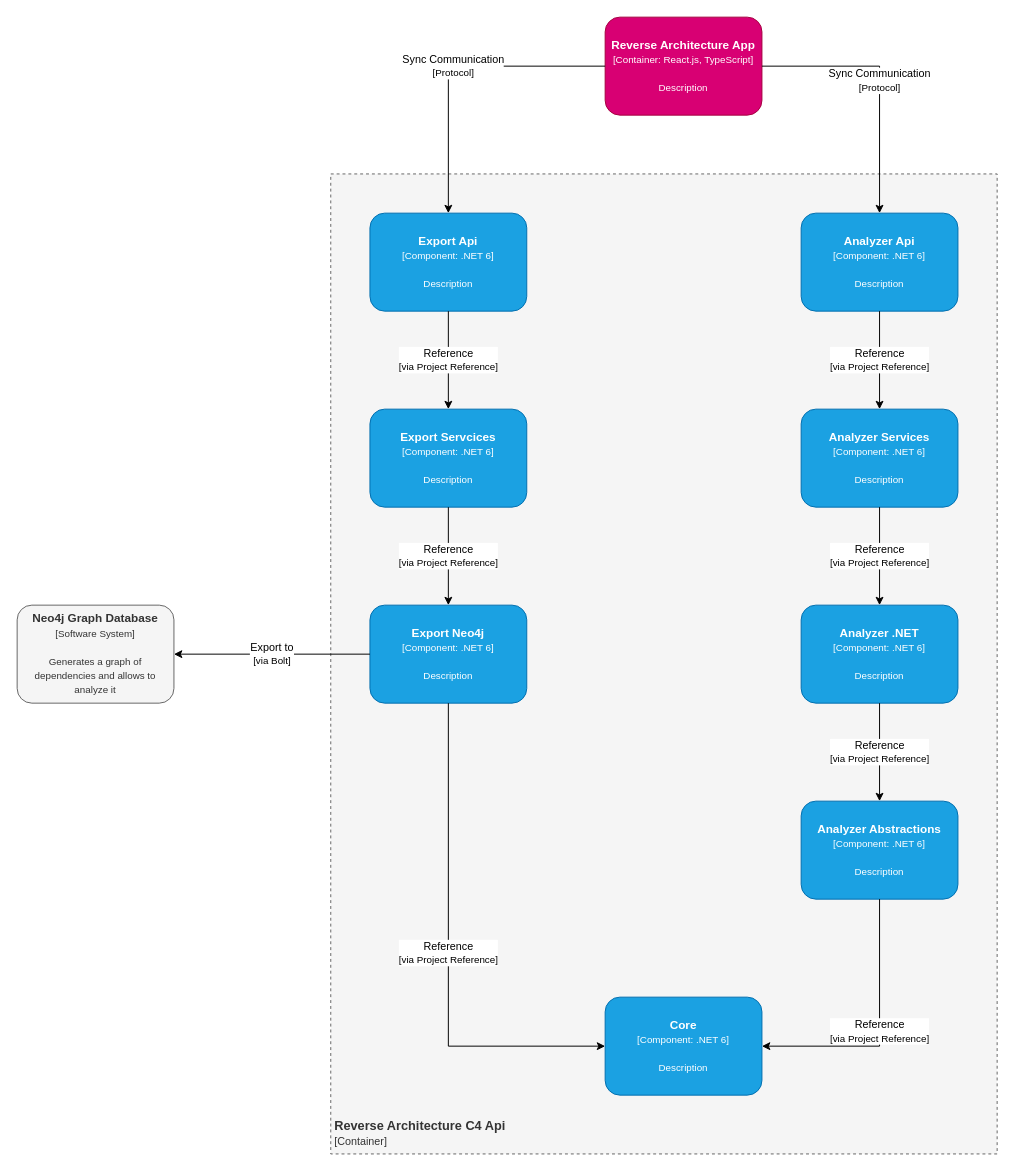
Before: page "component" (3 of 4) of docs/architecture.drawio in JustMeGaaRa/reverse-architecture, a draw.io diagram. Source tidied: cells renumbered, new cells numbered last; positions are measured from the earlier drawing's top-left corner, leaving out a move shared by most shapes. Both pictures are drawn from the tidied source at 98%, with x=0, y=0 at pixel (17, 17).
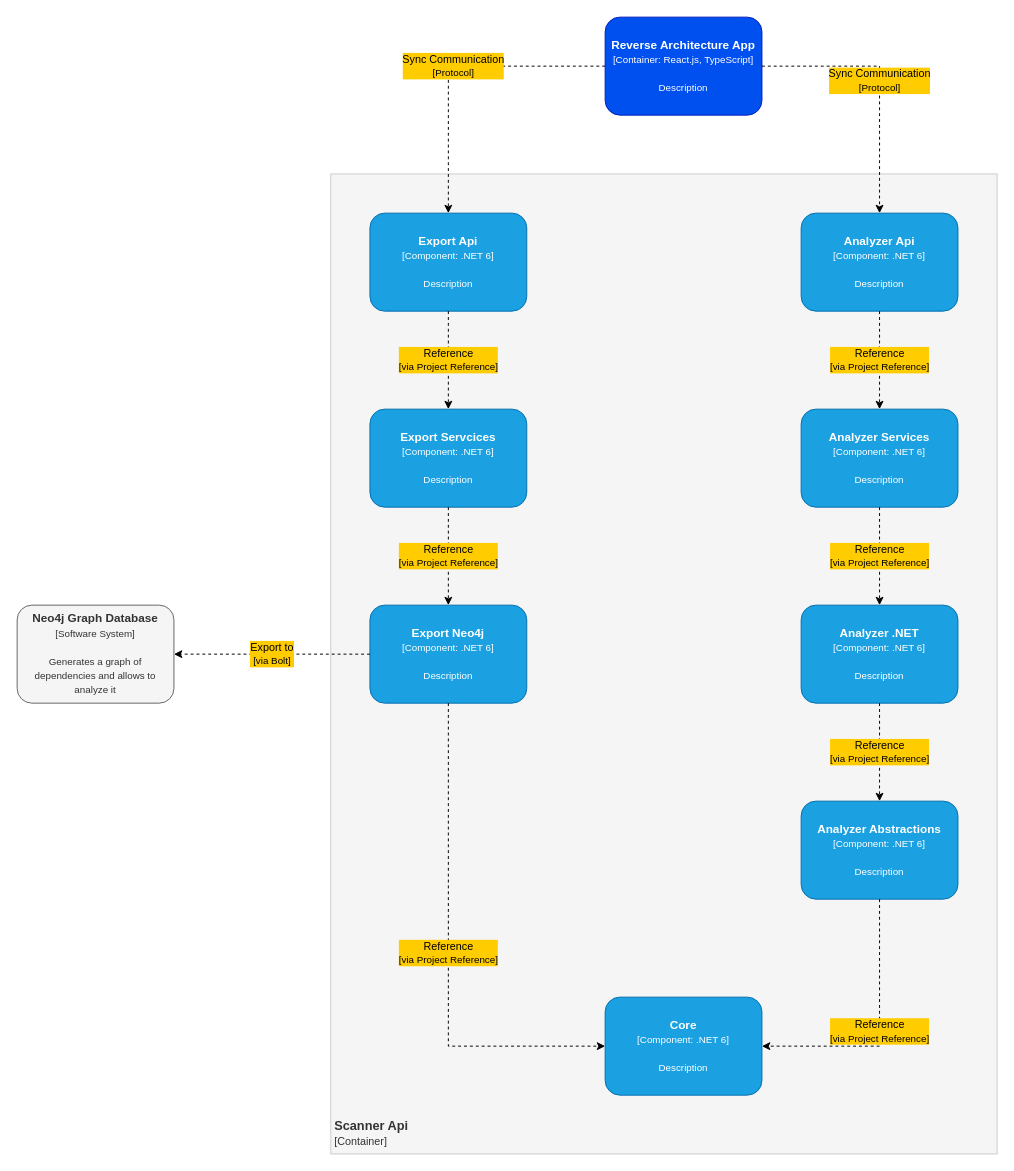
The same page after the edit.

Unchanged cells that the change refers to:
```xml
<mxCell id="3" value="&lt;b&gt;Core&lt;br&gt;&lt;/b&gt;&lt;font style=&quot;font-size: 10px&quot;&gt;[Component: .NET 6]&lt;br&gt;&lt;br&gt;Description&lt;/font&gt;" style="rounded=1;whiteSpace=wrap;html=1;fillColor=#1ba1e2;strokeColor=#006EAF;fontColor=#ffffff;align=center;comic=0;" parent="1" vertex="1">
  <mxGeometry x="600" y="1000" width="160" height="100" as="geometry" />
</mxCell>
<mxCell id="5" value="&lt;b&gt;Analyzer .NET&lt;br&gt;&lt;/b&gt;&lt;font style=&quot;font-size: 10px&quot;&gt;[Component: .NET 6]&lt;br&gt;&lt;br&gt;Description&lt;/font&gt;" style="rounded=1;whiteSpace=wrap;html=1;fillColor=#1ba1e2;strokeColor=#006EAF;fontColor=#ffffff;align=center;comic=0;" parent="1" vertex="1">
  <mxGeometry x="800" y="600" width="160" height="100" as="geometry" />
</mxCell>
<mxCell id="6" value="&lt;b&gt;Analyzer Abstractions&lt;br&gt;&lt;/b&gt;&lt;font style=&quot;font-size: 10px&quot;&gt;[Component: .NET 6]&lt;br&gt;&lt;br&gt;Description&lt;/font&gt;" style="rounded=1;whiteSpace=wrap;html=1;fillColor=#1ba1e2;strokeColor=#006EAF;fontColor=#ffffff;align=center;comic=0;" parent="1" vertex="1">
  <mxGeometry x="800" y="800" width="160" height="100" as="geometry" />
</mxCell>
<mxCell id="7" value="&lt;b&gt;Export Neo4j&lt;br&gt;&lt;/b&gt;&lt;font style=&quot;font-size: 10px&quot;&gt;[Component: .NET 6]&lt;br&gt;&lt;br&gt;Description&lt;/font&gt;" style="rounded=1;whiteSpace=wrap;html=1;fillColor=#1ba1e2;strokeColor=#006EAF;fontColor=#ffffff;align=center;comic=0;" parent="1" vertex="1">
  <mxGeometry x="360" y="600" width="160" height="100" as="geometry" />
</mxCell>
<mxCell id="11" value="&lt;b&gt;Analyzer Api&lt;br&gt;&lt;/b&gt;&lt;font style=&quot;font-size: 10px&quot;&gt;[Component: .NET 6]&lt;br&gt;&lt;br&gt;Description&lt;/font&gt;" style="rounded=1;whiteSpace=wrap;html=1;fillColor=#1ba1e2;strokeColor=#006EAF;fontColor=#ffffff;align=center;comic=0;" parent="1" vertex="1">
  <mxGeometry x="800" y="200" width="160" height="100" as="geometry" />
</mxCell>
<mxCell id="12" value="&lt;b&gt;Export Api&lt;br&gt;&lt;/b&gt;&lt;font style=&quot;font-size: 10px&quot;&gt;[Component: .NET 6]&lt;br&gt;&lt;br&gt;Description&lt;/font&gt;" style="rounded=1;whiteSpace=wrap;html=1;fillColor=#1ba1e2;strokeColor=#006EAF;fontColor=#ffffff;align=center;comic=0;" parent="1" vertex="1">
  <mxGeometry x="360" y="200" width="160" height="100" as="geometry" />
</mxCell>
<mxCell id="14" value="&lt;b&gt;Neo4j Graph Database&lt;/b&gt;&lt;br&gt;&lt;font style=&quot;font-size: 10px&quot;&gt;[Software System]&lt;br&gt;&lt;br&gt;Generates a graph of dependencies and allows to analyze it&lt;br&gt;&lt;/font&gt;" style="rounded=1;whiteSpace=wrap;html=1;fillColor=#f5f5f5;strokeColor=#666666;fontColor=#333333;align=center;comic=0;" parent="1" vertex="1">
  <mxGeometry y="600" width="160" height="100" as="geometry" />
</mxCell>
<mxCell id="19" value="&lt;b&gt;Analyzer Services&lt;br&gt;&lt;/b&gt;&lt;font style=&quot;font-size: 10px&quot;&gt;[Component: .NET 6]&lt;br&gt;&lt;br&gt;Description&lt;/font&gt;" style="rounded=1;whiteSpace=wrap;html=1;fillColor=#1ba1e2;strokeColor=#006EAF;fontColor=#ffffff;align=center;comic=0;" parent="1" vertex="1">
  <mxGeometry x="800" y="400" width="160" height="100" as="geometry" />
</mxCell>
<mxCell id="20" value="&lt;b&gt;Export Servcices&lt;br&gt;&lt;/b&gt;&lt;font style=&quot;font-size: 10px&quot;&gt;[Component: .NET 6]&lt;br&gt;&lt;br&gt;Description&lt;/font&gt;" style="rounded=1;whiteSpace=wrap;html=1;fillColor=#1ba1e2;strokeColor=#006EAF;fontColor=#ffffff;align=center;comic=0;" parent="1" vertex="1">
  <mxGeometry x="360" y="400" width="160" height="100" as="geometry" />
</mxCell>
```

The edit, as a diff of the source:
```diff
@@
-    <mxCell id="2" value="&lt;b&gt;&lt;font style=&quot;font-size: 13px&quot;&gt;Reverse Architecture C4 Api&lt;/font&gt;&lt;/b&gt;&lt;br style=&quot;font-size: 12px&quot;&gt;&lt;font style=&quot;font-size: 11px&quot;&gt;[Container]&lt;/font&gt;" style="rounded=0;whiteSpace=wrap;html=1;dashed=1;verticalAlign=bottom;align=left;fontSize=12;fontColor=#333333;spacingBottom=4;spacingLeft=2;fillColor=#f5f5f5;strokeColor=#666666;" parent="1" vertex="1">
+    <mxCell id="2" value="&lt;b&gt;&lt;font style=&quot;font-size: 13px&quot;&gt;Scanner Api&lt;/font&gt;&lt;/b&gt;&lt;br style=&quot;font-size: 12px&quot;&gt;&lt;font style=&quot;font-size: 11px&quot;&gt;[Container]&lt;/font&gt;" style="rounded=0;whiteSpace=wrap;html=1;verticalAlign=bottom;align=left;fontSize=12;fontColor=#333333;spacingBottom=4;spacingLeft=2;fillColor=#f5f5f5;strokeColor=#CCCCCC;" parent="1" vertex="1">
       <mxGeometry x="320" y="160" width="680" height="1000" as="geometry" />
     </mxCell>
@@
-    <mxCell id="4" value="&lt;b&gt;Reverse Architecture App&lt;br&gt;&lt;/b&gt;&lt;font style=&quot;font-size: 10px&quot;&gt;[Container: React.js, TypeScript]&lt;br&gt;&lt;br&gt;Description&lt;/font&gt;" style="rounded=1;whiteSpace=wrap;html=1;fillColor=#d80073;strokeColor=#A50040;fontColor=#ffffff;align=center;comic=0;" parent="1" vertex="1">
+    <mxCell id="4" value="&lt;b&gt;Reverse Architecture App&lt;br&gt;&lt;/b&gt;&lt;font style=&quot;font-size: 10px&quot;&gt;[Container: React.js, TypeScript]&lt;br&gt;&lt;br&gt;Description&lt;/font&gt;" style="rounded=1;whiteSpace=wrap;html=1;fillColor=#0050ef;strokeColor=#001DBC;fontColor=#ffffff;align=center;comic=0;" parent="1" vertex="1">
       <mxGeometry x="600" width="160" height="100" as="geometry" />
     </mxCell>
@@
-    <mxCell id="8" value="Reference&lt;br&gt;&lt;font style=&quot;font-size: 10px&quot;&gt;[via Project Reference]&lt;/font&gt;" style="endArrow=classic;html=1;edgeStyle=orthogonalEdgeStyle;rounded=0;flowAnimation=0;exitX=0.5;exitY=1;exitDx=0;exitDy=0;entryX=1;entryY=0.5;entryDx=0;entryDy=0;" parent="1" edge="1" source="6" target="3">
+    <mxCell id="8" value="Reference&lt;br&gt;&lt;font style=&quot;font-size: 10px&quot;&gt;[via Project Reference]&lt;/font&gt;" style="endArrow=classic;html=1;edgeStyle=orthogonalEdgeStyle;rounded=0;flowAnimation=0;exitX=0.5;exitY=1;exitDx=0;exitDy=0;entryX=1;entryY=0.5;entryDx=0;entryDy=0;labelBackgroundColor=#FFCC00;dashed=1;" parent="1" edge="1" source="6" target="3">
       <mxGeometry relative="1" as="geometry" />
     </mxCell>
-    <mxCell id="9" value="Reference&lt;br&gt;&lt;font style=&quot;font-size: 10px&quot;&gt;[via Project Reference]&lt;/font&gt;" style="endArrow=classic;html=1;edgeStyle=orthogonalEdgeStyle;rounded=0;flowAnimation=0;entryX=0;entryY=0.5;entryDx=0;entryDy=0;exitX=0.5;exitY=1;exitDx=0;exitDy=0;" parent="1" edge="1" source="7" target="3">
+    <mxCell id="9" value="Reference&lt;br&gt;&lt;font style=&quot;font-size: 10px&quot;&gt;[via Project Reference]&lt;/font&gt;" style="endArrow=classic;html=1;edgeStyle=orthogonalEdgeStyle;rounded=0;flowAnimation=0;entryX=0;entryY=0.5;entryDx=0;entryDy=0;exitX=0.5;exitY=1;exitDx=0;exitDy=0;labelBackgroundColor=#FFCC00;dashed=1;" parent="1" edge="1" source="7" target="3">
       <mxGeometry relative="1" as="geometry" />
     </mxCell>
-    <mxCell id="10" value="Reference&lt;br&gt;&lt;font style=&quot;font-size: 10px&quot;&gt;[via Project Reference]&lt;/font&gt;" style="endArrow=classic;html=1;edgeStyle=orthogonalEdgeStyle;rounded=0;flowAnimation=0;" parent="1" edge="1" source="5" target="6">
+    <mxCell id="10" value="Reference&lt;br&gt;&lt;font style=&quot;font-size: 10px&quot;&gt;[via Project Reference]&lt;/font&gt;" style="endArrow=classic;html=1;edgeStyle=orthogonalEdgeStyle;rounded=0;flowAnimation=0;labelBackgroundColor=#FFCC00;dashed=1;" parent="1" edge="1" source="5" target="6">
       <mxGeometry relative="1" as="geometry" />
     </mxCell>
@@
-    <mxCell id="13" value="Reference&lt;br&gt;&lt;font style=&quot;font-size: 10px&quot;&gt;[via Project Reference]&lt;/font&gt;" style="endArrow=classic;html=1;edgeStyle=orthogonalEdgeStyle;rounded=0;flowAnimation=0;" parent="1" edge="1" source="12" target="20">
+    <mxCell id="13" value="Reference&lt;br&gt;&lt;font style=&quot;font-size: 10px&quot;&gt;[via Project Reference]&lt;/font&gt;" style="endArrow=classic;html=1;edgeStyle=orthogonalEdgeStyle;rounded=0;flowAnimation=0;labelBackgroundColor=#FFCC00;dashed=1;" parent="1" edge="1" source="12" target="20">
       <mxGeometry relative="1" as="geometry" />
     </mxCell>
@@
-    <mxCell id="15" value="Export to&lt;br&gt;&lt;font style=&quot;font-size: 10px&quot;&gt;[via Bolt]&lt;/font&gt;" style="endArrow=classic;html=1;edgeStyle=orthogonalEdgeStyle;rounded=0;flowAnimation=0;" parent="1" edge="1" source="7" target="14">
+    <mxCell id="15" value="Export to&lt;br&gt;&lt;font style=&quot;font-size: 10px&quot;&gt;[via Bolt]&lt;/font&gt;" style="endArrow=classic;html=1;edgeStyle=orthogonalEdgeStyle;rounded=0;flowAnimation=0;labelBackgroundColor=#FFCC00;dashed=1;" parent="1" edge="1" source="7" target="14">
       <mxGeometry relative="1" as="geometry" />
     </mxCell>
-    <mxCell id="16" value="Sync Communication&lt;br&gt;&lt;font style=&quot;font-size: 10px&quot;&gt;[Protocol]&lt;/font&gt;" style="endArrow=classic;html=1;edgeStyle=orthogonalEdgeStyle;rounded=0;flowAnimation=0;" parent="1" edge="1" source="4" target="12">
+    <mxCell id="16" value="Sync Communication&lt;br&gt;&lt;font style=&quot;font-size: 10px&quot;&gt;[Protocol]&lt;/font&gt;" style="endArrow=classic;html=1;edgeStyle=orthogonalEdgeStyle;rounded=0;flowAnimation=0;labelBackgroundColor=#FFCC00;dashed=1;" parent="1" edge="1" source="4" target="12">
       <mxGeometry relative="1" as="geometry" />
     </mxCell>
-    <mxCell id="17" value="Sync Communication&lt;br&gt;&lt;font style=&quot;font-size: 10px&quot;&gt;[Protocol]&lt;/font&gt;" style="endArrow=classic;html=1;edgeStyle=orthogonalEdgeStyle;rounded=0;flowAnimation=0;" parent="1" edge="1" source="4" target="11">
+    <mxCell id="17" value="Sync Communication&lt;br&gt;&lt;font style=&quot;font-size: 10px&quot;&gt;[Protocol]&lt;/font&gt;" style="endArrow=classic;html=1;edgeStyle=orthogonalEdgeStyle;rounded=0;flowAnimation=0;labelBackgroundColor=#FFCC00;dashed=1;" parent="1" edge="1" source="4" target="11">
       <mxGeometry relative="1" as="geometry" />
     </mxCell>
-    <mxCell id="18" value="Reference&lt;br&gt;&lt;font style=&quot;font-size: 10px&quot;&gt;[via Project Reference]&lt;/font&gt;" style="endArrow=classic;html=1;edgeStyle=orthogonalEdgeStyle;rounded=0;flowAnimation=0;" parent="1" edge="1" source="11" target="19">
+    <mxCell id="18" value="Reference&lt;br&gt;&lt;font style=&quot;font-size: 10px&quot;&gt;[via Project Reference]&lt;/font&gt;" style="endArrow=classic;html=1;edgeStyle=orthogonalEdgeStyle;rounded=0;flowAnimation=0;labelBackgroundColor=#FFCC00;dashed=1;" parent="1" edge="1" source="11" target="19">
       <mxGeometry relative="1" as="geometry" />
     </mxCell>
@@
-    <mxCell id="21" value="Reference&lt;br&gt;&lt;font style=&quot;font-size: 10px&quot;&gt;[via Project Reference]&lt;/font&gt;" style="endArrow=classic;html=1;edgeStyle=orthogonalEdgeStyle;rounded=0;flowAnimation=0;" parent="1" edge="1" source="20" target="7">
+    <mxCell id="21" value="Reference&lt;br&gt;&lt;font style=&quot;font-size: 10px&quot;&gt;[via Project Reference]&lt;/font&gt;" style="endArrow=classic;html=1;edgeStyle=orthogonalEdgeStyle;rounded=0;flowAnimation=0;labelBackgroundColor=#FFCC00;dashed=1;" parent="1" edge="1" source="20" target="7">
       <mxGeometry relative="1" as="geometry" />
     </mxCell>
-    <mxCell id="22" value="Reference&lt;br&gt;&lt;font style=&quot;font-size: 10px&quot;&gt;[via Project Reference]&lt;/font&gt;" style="endArrow=classic;html=1;edgeStyle=orthogonalEdgeStyle;rounded=0;flowAnimation=0;" parent="1" edge="1" source="19" target="5">
+    <mxCell id="22" value="Reference&lt;br&gt;&lt;font style=&quot;font-size: 10px&quot;&gt;[via Project Reference]&lt;/font&gt;" style="endArrow=classic;html=1;edgeStyle=orthogonalEdgeStyle;rounded=0;flowAnimation=0;labelBackgroundColor=#FFCC00;dashed=1;" parent="1" edge="1" source="19" target="5">
       <mxGeometry relative="1" as="geometry" />
     </mxCell>
```
